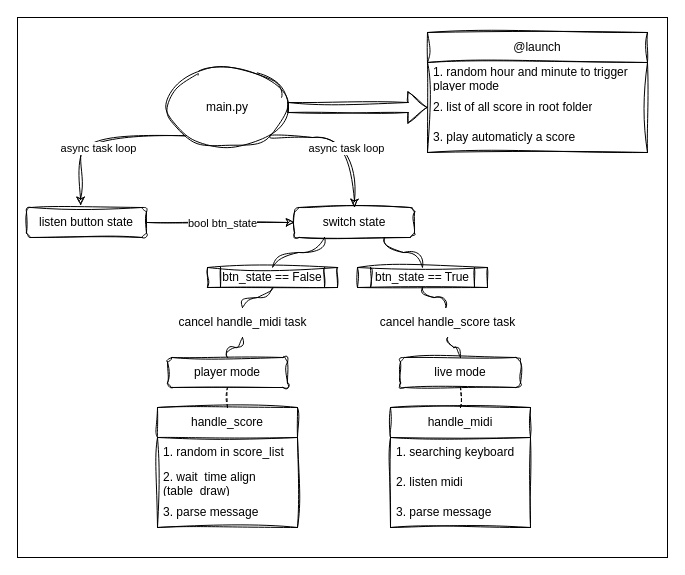
Earlier version of the draw.io diagram ressources/diagram-software.drawio (lan-ensad/cloches-sous-tension). Source tidied: cells renumbered, new cells numbered last; positions are measured from the earlier drawing's top-left corner, leaving out a move shared by most shapes. Both pictures are drawn from the tidied source at 100%, with x=0, y=0 at pixel (17, 17).
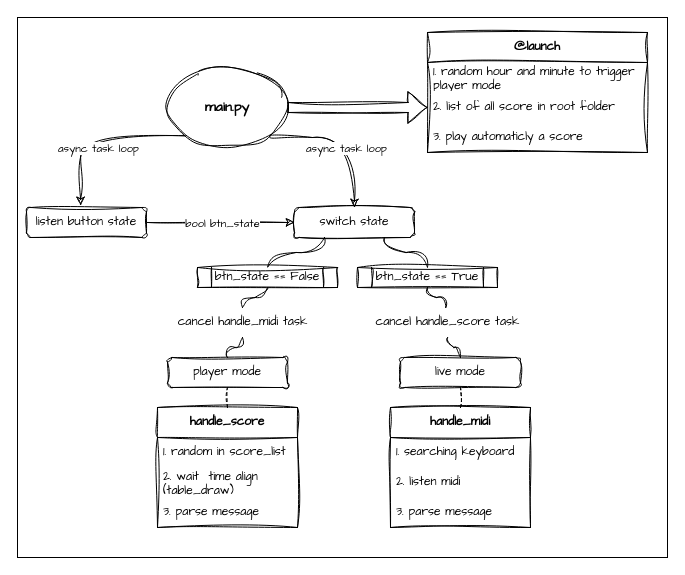
After the change.

The edit, as a diff of the source:
```diff
@@
-    <mxCell id="3" value="main.py" style="ellipse;whiteSpace=wrap;html=1;sketch=1;curveFitting=1;jiggle=2;" parent="1" vertex="1">
+    <mxCell id="3" value="main.py" style="ellipse;whiteSpace=wrap;html=1;sketch=1;curveFitting=1;jiggle=2;fontFamily=Architects Daughter;fontSize=14;fontStyle=1;" parent="1" vertex="1">
       <mxGeometry x="150" y="50" width="120" height="80" as="geometry" />
     </mxCell>
-    <mxCell id="4" value="listen button state" style="rounded=1;whiteSpace=wrap;html=1;sketch=1;curveFitting=1;jiggle=2;" parent="1" vertex="1">
+    <mxCell id="4" value="listen button state" style="rounded=1;whiteSpace=wrap;html=1;sketch=1;curveFitting=1;jiggle=2;fontFamily=Architects Daughter;" parent="1" vertex="1">
       <mxGeometry x="9" y="190" width="120" height="30" as="geometry" />
     </mxCell>
-    <mxCell id="5" style="edgeStyle=orthogonalEdgeStyle;html=1;exitX=0.75;exitY=1;exitDx=0;exitDy=0;entryX=0.5;entryY=0;entryDx=0;entryDy=0;endArrow=none;endFill=0;curved=1;sketch=1;curveFitting=1;jiggle=2;" parent="1" edge="1" source="7" target="34">
+    <mxCell id="5" style="edgeStyle=orthogonalEdgeStyle;html=1;exitX=0.75;exitY=1;exitDx=0;exitDy=0;entryX=0.5;entryY=0;entryDx=0;entryDy=0;endArrow=none;endFill=0;curved=1;sketch=1;curveFitting=1;jiggle=2;fontFamily=Architects Daughter;" parent="1" edge="1" source="7" target="34">
       <mxGeometry relative="1" as="geometry" />
     </mxCell>
-    <mxCell id="6" style="edgeStyle=orthogonalEdgeStyle;html=1;exitX=0.25;exitY=1;exitDx=0;exitDy=0;entryX=0.5;entryY=0;entryDx=0;entryDy=0;endArrow=none;endFill=0;curved=1;sketch=1;curveFitting=1;jiggle=2;" parent="1" edge="1" source="7" target="36">
+    <mxCell id="6" style="edgeStyle=orthogonalEdgeStyle;html=1;exitX=0.25;exitY=1;exitDx=0;exitDy=0;entryX=0.5;entryY=0;entryDx=0;entryDy=0;endArrow=none;endFill=0;curved=1;sketch=1;curveFitting=1;jiggle=2;fontFamily=Architects Daughter;" parent="1" edge="1" source="7" target="36">
       <mxGeometry relative="1" as="geometry" />
     </mxCell>
-    <mxCell id="7" value="switch state" style="rounded=1;whiteSpace=wrap;html=1;sketch=1;curveFitting=1;jiggle=2;" parent="1" vertex="1">
+    <mxCell id="7" value="switch state" style="rounded=1;whiteSpace=wrap;html=1;sketch=1;curveFitting=1;jiggle=2;fontFamily=Architects Daughter;" parent="1" vertex="1">
       <mxGeometry x="277" y="190" width="120" height="30" as="geometry" />
     </mxCell>
-    <mxCell id="8" style="edgeStyle=orthogonalEdgeStyle;html=1;exitX=0.5;exitY=0;exitDx=0;exitDy=0;endArrow=none;endFill=0;curved=1;sketch=1;curveFitting=1;jiggle=2;" parent="1" edge="1" source="9" target="37">
+    <mxCell id="8" style="edgeStyle=orthogonalEdgeStyle;html=1;exitX=0.5;exitY=0;exitDx=0;exitDy=0;endArrow=none;endFill=0;curved=1;sketch=1;curveFitting=1;jiggle=2;fontFamily=Architects Daughter;" parent="1" edge="1" source="9" target="37">
       <mxGeometry relative="1" as="geometry" />
     </mxCell>
-    <mxCell id="9" value="live mode" style="rounded=1;whiteSpace=wrap;html=1;sketch=1;curveFitting=1;jiggle=2;" parent="1" vertex="1">
+    <mxCell id="9" value="live mode" style="rounded=1;whiteSpace=wrap;html=1;sketch=1;curveFitting=1;jiggle=2;fontFamily=Architects Daughter;" parent="1" vertex="1">
       <mxGeometry x="383" y="340" width="120" height="30" as="geometry" />
     </mxCell>
-    <mxCell id="10" style="edgeStyle=orthogonalEdgeStyle;html=1;exitX=0.5;exitY=0;exitDx=0;exitDy=0;endArrow=none;endFill=0;curved=1;sketch=1;curveFitting=1;jiggle=2;" parent="1" edge="1" source="11" target="38">
+    <mxCell id="10" style="edgeStyle=orthogonalEdgeStyle;html=1;exitX=0.5;exitY=0;exitDx=0;exitDy=0;endArrow=none;endFill=0;curved=1;sketch=1;curveFitting=1;jiggle=2;fontFamily=Architects Daughter;" parent="1" edge="1" source="11" target="38">
       <mxGeometry relative="1" as="geometry" />
     </mxCell>
-    <mxCell id="11" value="player mode" style="rounded=1;whiteSpace=wrap;html=1;sketch=1;curveFitting=1;jiggle=2;" parent="1" vertex="1">
+    <mxCell id="11" value="player mode" style="rounded=1;whiteSpace=wrap;html=1;sketch=1;curveFitting=1;jiggle=2;fontFamily=Architects Daughter;" parent="1" vertex="1">
       <mxGeometry x="150" y="340" width="120" height="30" as="geometry" />
     </mxCell>
-    <mxCell id="12" value="handle_midi" style="swimlane;fontStyle=0;horizontal=1;startSize=30;whiteSpace=wrap;html=1;sketch=1;curveFitting=1;jiggle=2;" parent="1" vertex="1">
+    <mxCell id="12" value="&lt;b&gt;handle_midi&lt;/b&gt;" style="swimlane;fontStyle=0;horizontal=1;startSize=30;whiteSpace=wrap;html=1;sketch=1;curveFitting=1;jiggle=2;fontFamily=Architects Daughter;" parent="1" vertex="1">
       <mxGeometry x="373" y="390" width="140" height="120" as="geometry" />
     </mxCell>
-    <mxCell id="13" value="1. searching keyboard" style="text;strokeColor=none;fillColor=none;align=left;verticalAlign=middle;spacingLeft=4;spacingRight=4;overflow=hidden;whiteSpace=wrap;html=1;sketch=1;curveFitting=1;jiggle=2;" parent="12" vertex="1">
+    <mxCell id="13" value="1. searching keyboard" style="text;strokeColor=none;fillColor=none;align=left;verticalAlign=middle;spacingLeft=4;spacingRight=4;overflow=hidden;whiteSpace=wrap;html=1;sketch=1;curveFitting=1;jiggle=2;fontFamily=Architects Daughter;" parent="12" vertex="1">
       <mxGeometry y="30" width="140" height="30" as="geometry" />
     </mxCell>
-    <mxCell id="14" value="2. listen midi" style="text;strokeColor=none;fillColor=none;align=left;verticalAlign=middle;spacingLeft=4;spacingRight=4;overflow=hidden;whiteSpace=wrap;html=1;sketch=1;curveFitting=1;jiggle=2;" parent="12" vertex="1">
+    <mxCell id="14" value="2. listen midi" style="text;strokeColor=none;fillColor=none;align=left;verticalAlign=middle;spacingLeft=4;spacingRight=4;overflow=hidden;whiteSpace=wrap;html=1;sketch=1;curveFitting=1;jiggle=2;fontFamily=Architects Daughter;" parent="12" vertex="1">
       <mxGeometry y="60" width="140" height="30" as="geometry" />
     </mxCell>
-    <mxCell id="15" value="3. parse message" style="text;strokeColor=none;fillColor=none;align=left;verticalAlign=middle;spacingLeft=4;spacingRight=4;overflow=hidden;whiteSpace=wrap;html=1;sketch=1;curveFitting=1;jiggle=2;" parent="12" vertex="1">
+    <mxCell id="15" value="3. parse message" style="text;strokeColor=none;fillColor=none;align=left;verticalAlign=middle;spacingLeft=4;spacingRight=4;overflow=hidden;whiteSpace=wrap;html=1;sketch=1;curveFitting=1;jiggle=2;fontFamily=Architects Daughter;" parent="12" vertex="1">
       <mxGeometry y="90" width="140" height="30" as="geometry" />
     </mxCell>
-    <mxCell id="16" value="handle_score" style="swimlane;fontStyle=0;horizontal=1;startSize=30;whiteSpace=wrap;html=1;sketch=1;curveFitting=1;jiggle=2;" parent="1" vertex="1">
+    <mxCell id="16" value="&lt;b&gt;handle_score&lt;/b&gt;" style="swimlane;fontStyle=0;horizontal=1;startSize=30;whiteSpace=wrap;html=1;sketch=1;curveFitting=1;jiggle=2;fontFamily=Architects Daughter;" parent="1" vertex="1">
       <mxGeometry x="140" y="390" width="140" height="120" as="geometry" />
     </mxCell>
-    <mxCell id="17" value="1. random in score_list" style="text;strokeColor=none;fillColor=none;align=left;verticalAlign=middle;spacingLeft=4;spacingRight=4;overflow=hidden;whiteSpace=wrap;html=1;sketch=1;curveFitting=1;jiggle=2;" parent="16" vertex="1">
+    <mxCell id="17" value="1. random in score_list" style="text;strokeColor=none;fillColor=none;align=left;verticalAlign=middle;spacingLeft=4;spacingRight=4;overflow=hidden;whiteSpace=wrap;html=1;sketch=1;curveFitting=1;jiggle=2;fontFamily=Architects Daughter;" parent="16" vertex="1">
       <mxGeometry y="30" width="140" height="30" as="geometry" />
     </mxCell>
-    <mxCell id="18" value="2. wait&amp;nbsp; time align (table_draw)" style="text;strokeColor=none;fillColor=none;align=left;verticalAlign=middle;spacingLeft=4;spacingRight=4;overflow=hidden;whiteSpace=wrap;html=1;sketch=1;curveFitting=1;jiggle=2;" parent="16" vertex="1">
+    <mxCell id="18" value="2. wait&amp;nbsp; time align (table_draw)" style="text;strokeColor=none;fillColor=none;align=left;verticalAlign=middle;spacingLeft=4;spacingRight=4;overflow=hidden;whiteSpace=wrap;html=1;sketch=1;curveFitting=1;jiggle=2;fontFamily=Architects Daughter;" parent="16" vertex="1">
       <mxGeometry y="60" width="140" height="30" as="geometry" />
     </mxCell>
-    <mxCell id="19" value="3. parse message" style="text;strokeColor=none;fillColor=none;align=left;verticalAlign=middle;spacingLeft=4;spacingRight=4;overflow=hidden;whiteSpace=wrap;html=1;sketch=1;curveFitting=1;jiggle=2;" parent="16" vertex="1">
+    <mxCell id="19" value="3. parse message" style="text;strokeColor=none;fillColor=none;align=left;verticalAlign=middle;spacingLeft=4;spacingRight=4;overflow=hidden;whiteSpace=wrap;html=1;sketch=1;curveFitting=1;jiggle=2;fontFamily=Architects Daughter;" parent="16" vertex="1">
       <mxGeometry y="90" width="140" height="30" as="geometry" />
     </mxCell>
-    <mxCell id="20" value="@launch" style="swimlane;fontStyle=0;horizontal=1;startSize=30;whiteSpace=wrap;html=1;swimlaneLine=1;sketch=1;curveFitting=1;jiggle=2;" parent="1" vertex="1">
+    <mxCell id="20" value="&lt;b&gt;@launch&lt;/b&gt;" style="swimlane;fontStyle=0;horizontal=1;startSize=30;whiteSpace=wrap;html=1;swimlaneLine=1;sketch=1;curveFitting=1;jiggle=2;fontFamily=Architects Daughter;" parent="1" vertex="1">
       <mxGeometry x="410" y="15" width="220" height="120" as="geometry" />
     </mxCell>
-    <mxCell id="21" value="1. random hour and minute to trigger player mode" style="text;strokeColor=none;fillColor=none;align=left;verticalAlign=middle;spacingLeft=4;spacingRight=4;overflow=hidden;whiteSpace=wrap;html=1;sketch=1;curveFitting=1;jiggle=2;" parent="20" vertex="1">
+    <mxCell id="21" value="1. random hour and minute to trigger player mode" style="text;strokeColor=none;fillColor=none;align=left;verticalAlign=middle;spacingLeft=4;spacingRight=4;overflow=hidden;whiteSpace=wrap;html=1;sketch=1;curveFitting=1;jiggle=2;fontFamily=Architects Daughter;" parent="20" vertex="1">
       <mxGeometry y="30" width="220" height="30" as="geometry" />
     </mxCell>
-    <mxCell id="22" value="2. list of all score in root folder" style="text;strokeColor=none;fillColor=none;align=left;verticalAlign=middle;spacingLeft=4;spacingRight=4;overflow=hidden;points=[[0,0.5],[1,0.5]];portConstraint=eastwest;whiteSpace=wrap;html=1;sketch=1;curveFitting=1;jiggle=2;" parent="20" vertex="1">
+    <mxCell id="22" value="2. list of all score in root folder" style="text;strokeColor=none;fillColor=none;align=left;verticalAlign=middle;spacingLeft=4;spacingRight=4;overflow=hidden;points=[[0,0.5],[1,0.5]];portConstraint=eastwest;whiteSpace=wrap;html=1;sketch=1;curveFitting=1;jiggle=2;fontFamily=Architects Daughter;" parent="20" vertex="1">
       <mxGeometry y="60" width="220" height="30" as="geometry" />
     </mxCell>
-    <mxCell id="23" value="3. play automaticly a score" style="text;strokeColor=none;fillColor=none;align=left;verticalAlign=middle;spacingLeft=4;spacingRight=4;overflow=hidden;whiteSpace=wrap;html=1;sketch=1;curveFitting=1;jiggle=2;" parent="20" vertex="1">
+    <mxCell id="23" value="3. play automaticly a score" style="text;strokeColor=none;fillColor=none;align=left;verticalAlign=middle;spacingLeft=4;spacingRight=4;overflow=hidden;whiteSpace=wrap;html=1;sketch=1;curveFitting=1;jiggle=2;fontFamily=Architects Daughter;" parent="20" vertex="1">
       <mxGeometry y="90" width="220" height="30" as="geometry" />
     </mxCell>
-    <mxCell id="24" style="endArrow=none;dashed=1;html=1;entryX=0.5;entryY=1;entryDx=0;entryDy=0;exitX=0.5;exitY=0;exitDx=0;exitDy=0;sketch=1;curveFitting=1;jiggle=2;" parent="1" edge="1" source="12" target="9">
+    <mxCell id="24" style="endArrow=none;dashed=1;html=1;entryX=0.5;entryY=1;entryDx=0;entryDy=0;exitX=0.5;exitY=0;exitDx=0;exitDy=0;sketch=1;curveFitting=1;jiggle=2;fontFamily=Architects Daughter;" parent="1" edge="1" source="12" target="9">
       <mxGeometry relative="1" as="geometry" />
     </mxCell>
-    <mxCell id="25" style="endArrow=none;dashed=1;html=1;entryX=0.5;entryY=1;entryDx=0;entryDy=0;sketch=1;curveFitting=1;jiggle=2;" parent="1" edge="1" source="16" target="11">
+    <mxCell id="25" style="endArrow=none;dashed=1;html=1;entryX=0.5;entryY=1;entryDx=0;entryDy=0;sketch=1;curveFitting=1;jiggle=2;fontFamily=Architects Daughter;" parent="1" edge="1" source="16" target="11">
       <mxGeometry relative="1" as="geometry" />
     </mxCell>
-    <mxCell id="26" style="endArrow=classic;html=1;entryX=0;entryY=0.5;entryDx=0;entryDy=0;sketch=1;curveFitting=1;jiggle=2;" parent="1" edge="1" target="7">
+    <mxCell id="26" style="endArrow=classic;html=1;entryX=0;entryY=0.5;entryDx=0;entryDy=0;sketch=1;curveFitting=1;jiggle=2;fontFamily=Architects Daughter;" parent="1" edge="1" target="7">
       <mxGeometry relative="1" as="geometry">
         <mxPoint x="130" y="205" as="sourcePoint" />
       </mxGeometry>
     </mxCell>
-    <mxCell id="27" value="bool btn_state" style="edgeLabel;html=1;align=center;verticalAlign=middle;sketch=1;curveFitting=1;jiggle=2;" parent="26" vertex="1">
+    <mxCell id="27" value="bool btn_state" style="edgeLabel;html=1;align=center;verticalAlign=middle;sketch=1;curveFitting=1;jiggle=2;fontFamily=Architects Daughter;" parent="26" vertex="1">
       <mxGeometry relative="1" as="geometry" />
     </mxCell>
-    <mxCell id="28" style="endArrow=classic;html=1;entryX=0.451;entryY=-0.072;entryDx=0;entryDy=0;exitX=0;exitY=1;exitDx=0;exitDy=0;entryPerimeter=0;edgeStyle=orthogonalEdgeStyle;curved=1;sketch=1;curveFitting=1;jiggle=2;" parent="1" edge="1" source="3" target="4">
+    <mxCell id="28" style="endArrow=classic;html=1;entryX=0.451;entryY=-0.072;entryDx=0;entryDy=0;exitX=0;exitY=1;exitDx=0;exitDy=0;entryPerimeter=0;edgeStyle=orthogonalEdgeStyle;curved=1;sketch=1;curveFitting=1;jiggle=2;fontFamily=Architects Daughter;" parent="1" edge="1" source="3" target="4">
       <mxGeometry relative="1" as="geometry" />
     </mxCell>
-    <mxCell id="29" value="async task loop" style="edgeLabel;html=1;align=center;verticalAlign=middle;sketch=1;curveFitting=1;jiggle=2;" parent="28" vertex="1">
+    <mxCell id="29" value="async task loop" style="edgeLabel;html=1;align=center;verticalAlign=middle;sketch=1;curveFitting=1;jiggle=2;fontFamily=Architects Daughter;" parent="28" vertex="1">
       <mxGeometry relative="1" as="geometry">
         <mxPoint y="12" as="offset" />
       </mxGeometry>
     </mxCell>
-    <mxCell id="30" style="endArrow=classic;html=1;entryX=0.5;entryY=0;entryDx=0;entryDy=0;exitX=1;exitY=1;exitDx=0;exitDy=0;edgeStyle=orthogonalEdgeStyle;curved=1;sketch=1;curveFitting=1;jiggle=2;" parent="1" edge="1" source="3" target="7">
+    <mxCell id="30" style="endArrow=classic;html=1;entryX=0.5;entryY=0;entryDx=0;entryDy=0;exitX=1;exitY=1;exitDx=0;exitDy=0;edgeStyle=orthogonalEdgeStyle;curved=1;sketch=1;curveFitting=1;jiggle=2;fontFamily=Architects Daughter;" parent="1" edge="1" source="3" target="7">
       <mxGeometry relative="1" as="geometry">
         <Array as="points">
           <mxPoint x="252" y="120" />
           <mxPoint x="337" y="120" />
         </Array>
       </mxGeometry>
     </mxCell>
-    <mxCell id="31" value="async task loop" style="edgeLabel;html=1;align=center;verticalAlign=middle;sketch=1;curveFitting=1;jiggle=2;" parent="30" vertex="1">
+    <mxCell id="31" value="async task loop" style="edgeLabel;html=1;align=center;verticalAlign=middle;sketch=1;curveFitting=1;jiggle=2;fontFamily=Architects Daughter;" parent="30" vertex="1">
       <mxGeometry relative="1" as="geometry">
         <mxPoint y="10" as="offset" />
       </mxGeometry>
     </mxCell>
-    <mxCell id="32" style="shape=flexArrow;endArrow=classic;html=1;curved=1;entryX=0;entryY=0.5;entryDx=0;entryDy=0;exitX=1;exitY=0.5;exitDx=0;exitDy=0;sketch=1;curveFitting=1;jiggle=2;" parent="1" edge="1" source="3" target="22">
+    <mxCell id="32" style="shape=flexArrow;endArrow=classic;html=1;curved=1;entryX=0;entryY=0.5;entryDx=0;entryDy=0;exitX=1;exitY=0.5;exitDx=0;exitDy=0;sketch=1;curveFitting=1;jiggle=2;fontFamily=Architects Daughter;" parent="1" edge="1" source="3" target="22">
       <mxGeometry relative="1" as="geometry" />
     </mxCell>
-    <mxCell id="33" style="edgeStyle=orthogonalEdgeStyle;html=1;exitX=0.5;exitY=1;exitDx=0;exitDy=0;entryX=0.49;entryY=0.003;entryDx=0;entryDy=0;entryPerimeter=0;endArrow=none;endFill=0;curved=1;sketch=1;curveFitting=1;jiggle=2;" parent="1" edge="1" source="34" target="37">
+    <mxCell id="33" style="edgeStyle=orthogonalEdgeStyle;html=1;exitX=0.5;exitY=1;exitDx=0;exitDy=0;entryX=0.49;entryY=0.003;entryDx=0;entryDy=0;entryPerimeter=0;endArrow=none;endFill=0;curved=1;sketch=1;curveFitting=1;jiggle=2;fontFamily=Architects Daughter;" parent="1" edge="1" source="34" target="37">
       <mxGeometry relative="1" as="geometry" />
     </mxCell>
-    <mxCell id="34" value="btn_state == True" style="shape=process;whiteSpace=wrap;html=1;backgroundOutline=1;sketch=1;curveFitting=1;jiggle=2;" parent="1" vertex="1">
-      <mxGeometry x="340" y="250" width="130" height="20" as="geometry" />
+    <mxCell id="34" value="btn_state == True" style="shape=process;whiteSpace=wrap;html=1;backgroundOutline=1;sketch=1;curveFitting=1;jiggle=2;fontFamily=Architects Daughter;" parent="1" vertex="1">
+      <mxGeometry x="340" y="250" width="140" height="20" as="geometry" />
     </mxCell>
-    <mxCell id="35" style="edgeStyle=orthogonalEdgeStyle;html=1;exitX=0.5;exitY=1;exitDx=0;exitDy=0;endArrow=none;endFill=0;curved=1;sketch=1;curveFitting=1;jiggle=2;" parent="1" edge="1" source="36" target="38">
+    <mxCell id="35" style="edgeStyle=orthogonalEdgeStyle;html=1;exitX=0.5;exitY=1;exitDx=0;exitDy=0;endArrow=none;endFill=0;curved=1;sketch=1;curveFitting=1;jiggle=2;fontFamily=Architects Daughter;" parent="1" edge="1" source="36" target="38">
       <mxGeometry relative="1" as="geometry" />
     </mxCell>
-    <mxCell id="36" value="btn_state == False" style="shape=process;whiteSpace=wrap;html=1;backgroundOutline=1;sketch=1;curveFitting=1;jiggle=2;" parent="1" vertex="1">
-      <mxGeometry x="190" y="250" width="130" height="20" as="geometry" />
+    <mxCell id="36" value="btn_state == False" style="shape=process;whiteSpace=wrap;html=1;backgroundOutline=1;sketch=1;curveFitting=1;jiggle=2;fontFamily=Architects Daughter;" parent="1" vertex="1">
+      <mxGeometry x="180" y="250" width="140" height="20" as="geometry" />
     </mxCell>
-    <mxCell id="37" value="cancel handle_score task" style="text;html=1;align=center;verticalAlign=middle;points=[];strokeColor=none;fillColor=none;sketch=1;curveFitting=1;jiggle=2;" parent="1" vertex="1">
-      <mxGeometry x="350" y="290" width="160" height="30" as="geometry" />
+    <mxCell id="37" value="cancel handle_score task" style="text;html=1;align=center;verticalAlign=middle;points=[];strokeColor=none;fillColor=none;sketch=1;curveFitting=1;jiggle=2;fontFamily=Architects Daughter;" parent="1" vertex="1">
+      <mxGeometry x="345" y="290" width="170" height="30" as="geometry" />
     </mxCell>
-    <mxCell id="38" value="cancel handle_midi task" style="text;html=1;align=center;verticalAlign=middle;points=[];strokeColor=none;fillColor=none;sketch=1;curveFitting=1;jiggle=2;" parent="1" vertex="1">
+    <mxCell id="38" value="cancel handle_midi task" style="text;html=1;align=center;verticalAlign=middle;points=[];strokeColor=none;fillColor=none;sketch=1;curveFitting=1;jiggle=2;fontFamily=Architects Daughter;" parent="1" vertex="1">
       <mxGeometry x="150" y="290" width="150" height="30" as="geometry" />
     </mxCell>
```
